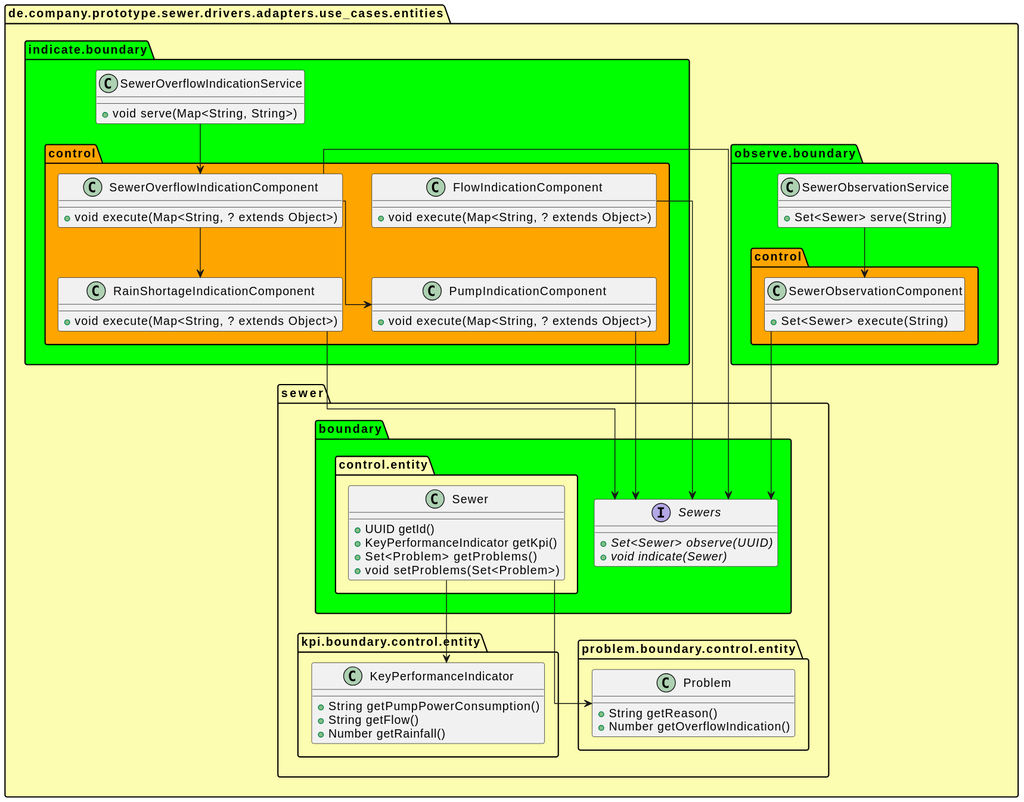
Above: doc/uml/svg/entities.svg in Pankraz76/sewers2 (PlantUML), before the change. Its diagram source:
```plantuml
@startuml
!pragma useIntermediatePackages false
skinparam linetype ortho
show stereotype
package drivers as de.company.prototype.sewer.drivers #skyblue {}
package adapters as de.company.prototype.sewer.drivers.adapters #82ffb4 {}
package use_cases as de.company.prototype.sewer.drivers.adapters.use_cases #ff9a99 {}
package entities as de.company.prototype.sewer.drivers.adapters.use_cases.entities #fcfdb0 {}
package boundary as de.company.prototype.sewer.drivers.adapters.use_cases.entities.indicate.boundary #lime {}
package control as de.company.prototype.sewer.drivers.adapters.use_cases.entities.indicate.boundary.control #orange {}
package boundary as de.company.prototype.sewer.drivers.adapters.use_cases.entities.observe.boundary #lime {}
package control as de.company.prototype.sewer.drivers.adapters.use_cases.entities.observe.boundary.control #orange {}
package boundary as de.company.prototype.sewer.drivers.adapters.use_cases.entities.sewer.boundary #lime {}
package control as de.company.prototype.sewer.drivers.adapters.use_cases.entities.sewer.boundary.control #orange {}
package entity as de.company.prototype.sewer.drivers.adapters.use_cases.entities.sewer.boundary.control.entity #fcfdb0 {}
package boundary as de.company.prototype.sewer.drivers.adapters.use_cases.entities.sewer.kpi.boundary #lime {}
package control as de.company.prototype.sewer.drivers.adapters.use_cases.entities.sewer.kpi.boundary.control #orange {}
package entity as de.company.prototype.sewer.drivers.adapters.use_cases.entities.sewer.kpi.boundary.control.entity #fcfdb0 {}
package boundary as de.company.prototype.sewer.drivers.adapters.use_cases.entities.sewer.problem.boundary #lime {}
package control as de.company.prototype.sewer.drivers.adapters.use_cases.entities.sewer.problem.boundary.control #orange {}
package entity as de.company.prototype.sewer.drivers.adapters.use_cases.entities.sewer.problem.boundary.control.entity #fcfdb0 {}

class "SewerOverflowIndicationService" as de.company.prototype.sewer.drivers.adapters.use_cases.entities.indicate.boundary.SewerOverflowIndicationService {
  +void serve(Map<String, String>)
}
class "FlowIndicationComponent" as de.company.prototype.sewer.drivers.adapters.use_cases.entities.indicate.boundary.control.FlowIndicationComponent {
  +void execute(Map<String, ? extends Object>)
}
class "PumpIndicationComponent" as de.company.prototype.sewer.drivers.adapters.use_cases.entities.indicate.boundary.control.PumpIndicationComponent {
  +void execute(Map<String, ? extends Object>)
}
class "RainShortageIndicationComponent" as de.company.prototype.sewer.drivers.adapters.use_cases.entities.indicate.boundary.control.RainShortageIndicationComponent {
  +void execute(Map<String, ? extends Object>)
}
class "SewerOverflowIndicationComponent" as de.company.prototype.sewer.drivers.adapters.use_cases.entities.indicate.boundary.control.SewerOverflowIndicationComponent {
  +void execute(Map<String, ? extends Object>)
}
class "SewerObservationService" as de.company.prototype.sewer.drivers.adapters.use_cases.entities.observe.boundary.SewerObservationService {
  +Set<Sewer> serve(String)
}
class "SewerObservationComponent" as de.company.prototype.sewer.drivers.adapters.use_cases.entities.observe.boundary.control.SewerObservationComponent {
  +Set<Sewer> execute(String)
}
interface "Sewers" as de.company.prototype.sewer.drivers.adapters.use_cases.entities.sewer.boundary.Sewers {
  + {abstract}Set<Sewer> observe(UUID)
  + {abstract}void indicate(Sewer)
}
class "Sewer" as de.company.prototype.sewer.drivers.adapters.use_cases.entities.sewer.boundary.control.entity.Sewer {
  +UUID getId()
  +KeyPerformanceIndicator getKpi()
  +Set<Problem> getProblems()
  +void setProblems(Set<Problem>)
}
class "KeyPerformanceIndicator" as de.company.prototype.sewer.drivers.adapters.use_cases.entities.sewer.kpi.boundary.control.entity.KeyPerformanceIndicator {
  +String getPumpPowerConsumption()
  +String getFlow()
  +Number getRainfall()
}
class "Problem" as de.company.prototype.sewer.drivers.adapters.use_cases.entities.sewer.problem.boundary.control.entity.Problem {
  +String getReason()
  +Number getOverflowIndication()
}
de.company.prototype.sewer.drivers.adapters.use_cases.entities.indicate.boundary.SewerOverflowIndicationService --> de.company.prototype.sewer.drivers.adapters.use_cases.entities.indicate.boundary.control.SewerOverflowIndicationComponent
de.company.prototype.sewer.drivers.adapters.use_cases.entities.indicate.boundary.control.FlowIndicationComponent --> de.company.prototype.sewer.drivers.adapters.use_cases.entities.sewer.boundary.Sewers
de.company.prototype.sewer.drivers.adapters.use_cases.entities.indicate.boundary.control.PumpIndicationComponent --> de.company.prototype.sewer.drivers.adapters.use_cases.entities.sewer.boundary.Sewers
de.company.prototype.sewer.drivers.adapters.use_cases.entities.indicate.boundary.control.RainShortageIndicationComponent --> de.company.prototype.sewer.drivers.adapters.use_cases.entities.sewer.boundary.Sewers
de.company.prototype.sewer.drivers.adapters.use_cases.entities.indicate.boundary.control.SewerOverflowIndicationComponent --> de.company.prototype.sewer.drivers.adapters.use_cases.entities.indicate.boundary.control.RainShortageIndicationComponent
de.company.prototype.sewer.drivers.adapters.use_cases.entities.indicate.boundary.control.SewerOverflowIndicationComponent --> de.company.prototype.sewer.drivers.adapters.use_cases.entities.sewer.boundary.Sewers
de.company.prototype.sewer.drivers.adapters.use_cases.entities.indicate.boundary.control.SewerOverflowIndicationComponent --> de.company.prototype.sewer.drivers.adapters.use_cases.entities.indicate.boundary.control.PumpIndicationComponent
de.company.prototype.sewer.drivers.adapters.use_cases.entities.observe.boundary.SewerObservationService --> de.company.prototype.sewer.drivers.adapters.use_cases.entities.observe.boundary.control.SewerObservationComponent
de.company.prototype.sewer.drivers.adapters.use_cases.entities.observe.boundary.control.SewerObservationComponent --> de.company.prototype.sewer.drivers.adapters.use_cases.entities.sewer.boundary.Sewers
de.company.prototype.sewer.drivers.adapters.use_cases.entities.sewer.boundary.control.entity.Sewer --> de.company.prototype.sewer.drivers.adapters.use_cases.entities.sewer.problem.boundary.control.entity.Problem
de.company.prototype.sewer.drivers.adapters.use_cases.entities.sewer.boundary.control.entity.Sewer --> de.company.prototype.sewer.drivers.adapters.use_cases.entities.sewer.kpi.boundary.control.entity.KeyPerformanceIndicator
@enduml
```
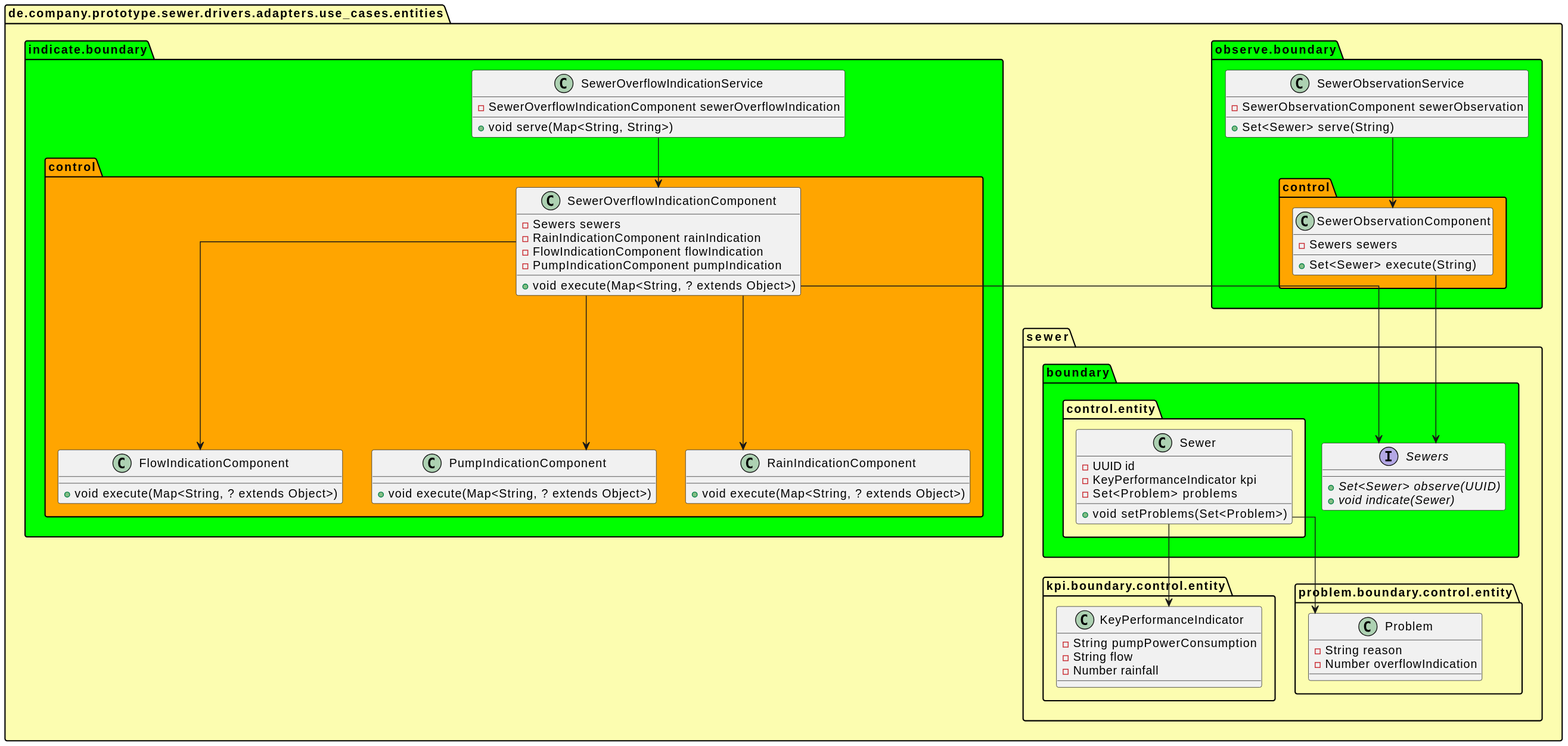
After the change.

The edit, as a diff of the source:
```diff
@@ -21,6 +21,8 @@
 package entity as de.company.prototype.sewer.drivers.adapters.use_cases.entities.sewer.problem.boundary.control.entity #fcfdb0 {}
 
 class "SewerOverflowIndicationService" as de.company.prototype.sewer.drivers.adapters.use_cases.entities.indicate.boundary.SewerOverflowIndicationService {
+  -SewerOverflowIndicationComponent sewerOverflowIndication
+  __
   +void serve(Map<String, String>)
 }
 class "FlowIndicationComponent" as de.company.prototype.sewer.drivers.adapters.use_cases.entities.indicate.boundary.control.FlowIndicationComponent {
@@ -29,16 +31,25 @@
 class "PumpIndicationComponent" as de.company.prototype.sewer.drivers.adapters.use_cases.entities.indicate.boundary.control.PumpIndicationComponent {
   +void execute(Map<String, ? extends Object>)
 }
-class "RainShortageIndicationComponent" as de.company.prototype.sewer.drivers.adapters.use_cases.entities.indicate.boundary.control.RainShortageIndicationComponent {
+class "RainIndicationComponent" as de.company.prototype.sewer.drivers.adapters.use_cases.entities.indicate.boundary.control.RainIndicationComponent {
   +void execute(Map<String, ? extends Object>)
 }
 class "SewerOverflowIndicationComponent" as de.company.prototype.sewer.drivers.adapters.use_cases.entities.indicate.boundary.control.SewerOverflowIndicationComponent {
+  -Sewers sewers
+  -RainIndicationComponent rainIndication
+  -FlowIndicationComponent flowIndication
+  -PumpIndicationComponent pumpIndication
+  __
   +void execute(Map<String, ? extends Object>)
 }
 class "SewerObservationService" as de.company.prototype.sewer.drivers.adapters.use_cases.entities.observe.boundary.SewerObservationService {
+  -SewerObservationComponent sewerObservation
+  __
   +Set<Sewer> serve(String)
 }
 class "SewerObservationComponent" as de.company.prototype.sewer.drivers.adapters.use_cases.entities.observe.boundary.control.SewerObservationComponent {
+  -Sewers sewers
+  __
   +Set<Sewer> execute(String)
 }
 interface "Sewers" as de.company.prototype.sewer.drivers.adapters.use_cases.entities.sewer.boundary.Sewers {
@@ -46,27 +57,26 @@
   + {abstract}void indicate(Sewer)
 }
 class "Sewer" as de.company.prototype.sewer.drivers.adapters.use_cases.entities.sewer.boundary.control.entity.Sewer {
-  +UUID getId()
-  +KeyPerformanceIndicator getKpi()
-  +Set<Problem> getProblems()
+  -UUID id
+  -KeyPerformanceIndicator kpi
+  -Set<Problem> problems
+  __
   +void setProblems(Set<Problem>)
 }
 class "KeyPerformanceIndicator" as de.company.prototype.sewer.drivers.adapters.use_cases.entities.sewer.kpi.boundary.control.entity.KeyPerformanceIndicator {
-  +String getPumpPowerConsumption()
-  +String getFlow()
-  +Number getRainfall()
+  -String pumpPowerConsumption
+  -String flow
+  -Number rainfall
 }
 class "Problem" as de.company.prototype.sewer.drivers.adapters.use_cases.entities.sewer.problem.boundary.control.entity.Problem {
-  +String getReason()
-  +Number getOverflowIndication()
+  -String reason
+  -Number overflowIndication
 }
 de.company.prototype.sewer.drivers.adapters.use_cases.entities.indicate.boundary.SewerOverflowIndicationService --> de.company.prototype.sewer.drivers.adapters.use_cases.entities.indicate.boundary.control.SewerOverflowIndicationComponent
-de.company.prototype.sewer.drivers.adapters.use_cases.entities.indicate.boundary.control.FlowIndicationComponent --> de.company.prototype.sewer.drivers.adapters.use_cases.entities.sewer.boundary.Sewers
-de.company.prototype.sewer.drivers.adapters.use_cases.entities.indicate.boundary.control.PumpIndicationComponent --> de.company.prototype.sewer.drivers.adapters.use_cases.entities.sewer.boundary.Sewers
-de.company.prototype.sewer.drivers.adapters.use_cases.entities.indicate.boundary.control.RainShortageIndicationComponent --> de.company.prototype.sewer.drivers.adapters.use_cases.entities.sewer.boundary.Sewers
-de.company.prototype.sewer.drivers.adapters.use_cases.entities.indicate.boundary.control.SewerOverflowIndicationComponent --> de.company.prototype.sewer.drivers.adapters.use_cases.entities.indicate.boundary.control.RainShortageIndicationComponent
 de.company.prototype.sewer.drivers.adapters.use_cases.entities.indicate.boundary.control.SewerOverflowIndicationComponent --> de.company.prototype.sewer.drivers.adapters.use_cases.entities.sewer.boundary.Sewers
+de.company.prototype.sewer.drivers.adapters.use_cases.entities.indicate.boundary.control.SewerOverflowIndicationComponent --> de.company.prototype.sewer.drivers.adapters.use_cases.entities.indicate.boundary.control.RainIndicationComponent
 de.company.prototype.sewer.drivers.adapters.use_cases.entities.indicate.boundary.control.SewerOverflowIndicationComponent --> de.company.prototype.sewer.drivers.adapters.use_cases.entities.indicate.boundary.control.PumpIndicationComponent
+de.company.prototype.sewer.drivers.adapters.use_cases.entities.indicate.boundary.control.SewerOverflowIndicationComponent --> de.company.prototype.sewer.drivers.adapters.use_cases.entities.indicate.boundary.control.FlowIndicationComponent
 de.company.prototype.sewer.drivers.adapters.use_cases.entities.observe.boundary.SewerObservationService --> de.company.prototype.sewer.drivers.adapters.use_cases.entities.observe.boundary.control.SewerObservationComponent
 de.company.prototype.sewer.drivers.adapters.use_cases.entities.observe.boundary.control.SewerObservationComponent --> de.company.prototype.sewer.drivers.adapters.use_cases.entities.sewer.boundary.Sewers
 de.company.prototype.sewer.drivers.adapters.use_cases.entities.sewer.boundary.control.entity.Sewer --> de.company.prototype.sewer.drivers.adapters.use_cases.entities.sewer.problem.boundary.control.entity.Problem
```
